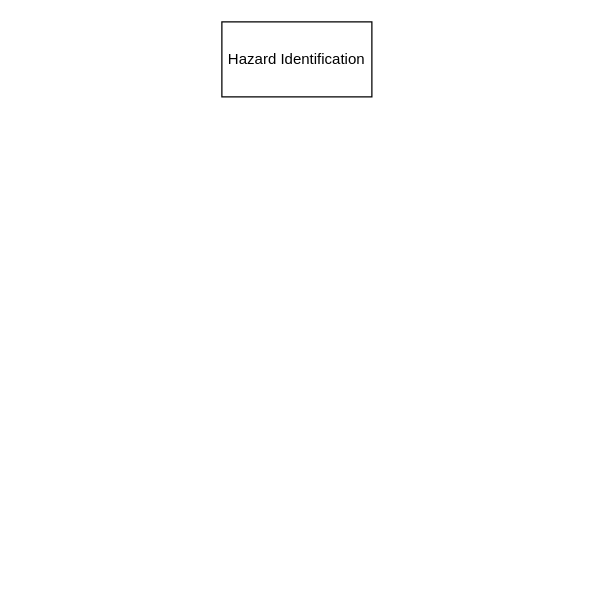
Above: Step 2/Step-2.drawio in TortoiseFather/SACRED (draw.io), before the change. Source tidied: cells renumbered, new cells numbered last; positions are measured from the earlier drawing's top-left corner, leaving out a move shared by most shapes. Both pictures are drawn from the tidied source at 125%, with x=0, y=0 at pixel (221, 21).
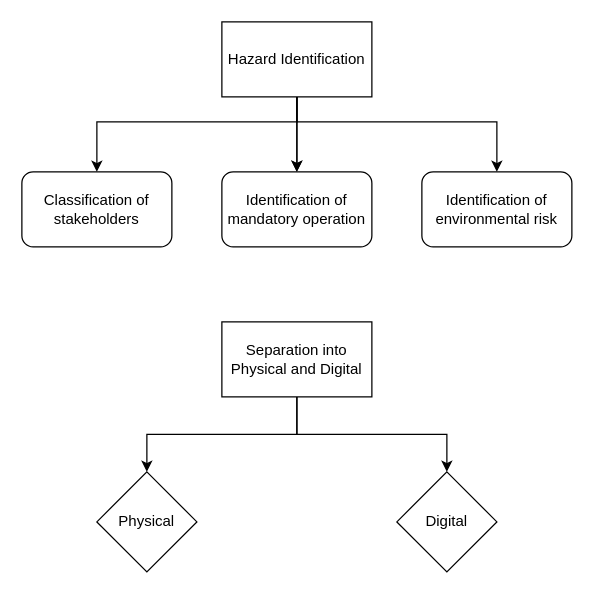
The same page after the edit.

Unchanged cells that the change refers to:
```xml
<mxCell id="2" value="Hazard Identification" style="rounded=0;whiteSpace=wrap;html=1;" parent="1" vertex="1">
  <mxGeometry width="120" height="60" as="geometry" />
</mxCell>
```

What changed in the source:
```diff
@@
+    <mxCell id="3" style="edgeStyle=orthogonalEdgeStyle;rounded=0;jettySize=auto;html=1;" parent="1" edge="1" source="2" target="7">
+      <mxGeometry relative="1" as="geometry" />
+    </mxCell>
+    <mxCell id="4" style="edgeStyle=orthogonalEdgeStyle;rounded=0;jettySize=auto;html=1;" parent="1" edge="1" source="2" target="7">
+      <mxGeometry relative="1" as="geometry" />
+    </mxCell>
+    <mxCell id="5" style="edgeStyle=orthogonalEdgeStyle;rounded=0;jettySize=auto;html=1;" parent="1" edge="1" source="2" target="9">
+      <mxGeometry relative="1" as="geometry">
+        <Array as="points">
+          <mxPoint x="60" y="80" />
+          <mxPoint x="-100" y="80" />
+        </Array>
+      </mxGeometry>
+    </mxCell>
+    <mxCell id="6" style="edgeStyle=orthogonalEdgeStyle;rounded=0;jettySize=auto;html=1;" parent="1" edge="1" source="2" target="8">
+      <mxGeometry relative="1" as="geometry">
+        <Array as="points">
+          <mxPoint x="60" y="80" />
+          <mxPoint x="220" y="80" />
+        </Array>
+      </mxGeometry>
+    </mxCell>
@@
+    <mxCell id="7" value="Identification of mandatory operation" style="rounded=1;whiteSpace=wrap;html=1;" parent="1" vertex="1">
+      <mxGeometry y="120" width="120" height="60" as="geometry" />
+    </mxCell>
+    <mxCell id="8" value="Identification of environmental risk" style="rounded=1;whiteSpace=wrap;html=1;" parent="1" vertex="1">
+      <mxGeometry x="160" y="120" width="120" height="60" as="geometry" />
+    </mxCell>
+    <mxCell id="9" value="Classification of stakeholders" style="rounded=1;whiteSpace=wrap;html=1;" parent="1" vertex="1">
+      <mxGeometry x="-160" y="120" width="120" height="60" as="geometry" />
+    </mxCell>
+    <mxCell id="10" style="edgeStyle=orthogonalEdgeStyle;rounded=0;jettySize=auto;html=1;" parent="1" edge="1" source="12" target="13">
+      <mxGeometry relative="1" as="geometry">
+        <Array as="points">
+          <mxPoint x="60" y="330" />
+          <mxPoint x="-60" y="330" />
+        </Array>
+      </mxGeometry>
+    </mxCell>
+    <mxCell id="11" style="edgeStyle=orthogonalEdgeStyle;rounded=0;jettySize=auto;html=1;" parent="1" edge="1" source="12" target="14">
+      <mxGeometry relative="1" as="geometry">
+        <Array as="points">
+          <mxPoint x="60" y="330" />
+          <mxPoint x="180" y="330" />
+        </Array>
+      </mxGeometry>
+    </mxCell>
+    <mxCell id="12" value="Separation into Physical and Digital" style="rounded=0;whiteSpace=wrap;html=1;" parent="1" vertex="1">
+      <mxGeometry y="240" width="120" height="60" as="geometry" />
+    </mxCell>
+    <mxCell id="13" value="Physical" style="rhombus;whiteSpace=wrap;html=1;rounded=0;" parent="1" vertex="1">
+      <mxGeometry x="-100" y="360" width="80" height="80" as="geometry" />
+    </mxCell>
+    <mxCell id="14" value="Digital" style="rhombus;whiteSpace=wrap;html=1;rounded=0;" parent="1" vertex="1">
+      <mxGeometry x="140" y="360" width="80" height="80" as="geometry" />
+    </mxCell>
```
